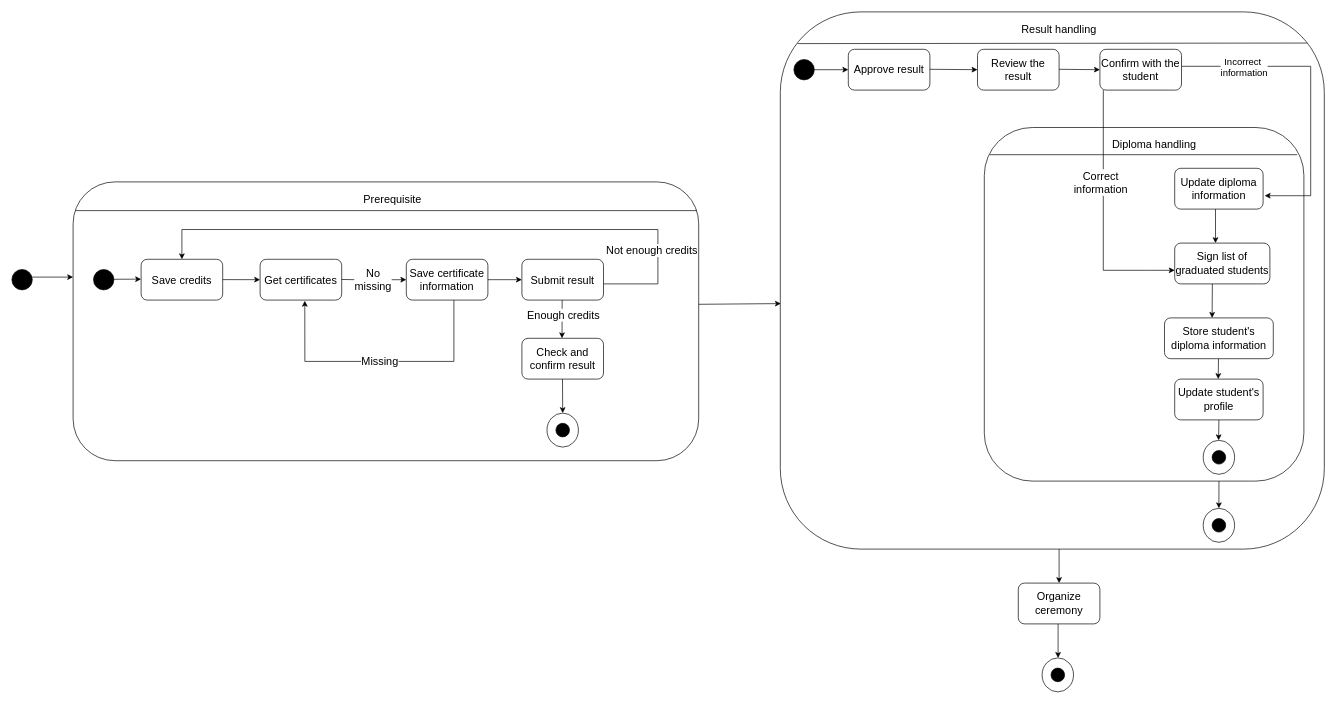
Earlier version of the draw.io diagram Lab 5/Topic 3_Graduation Application.drawio (JavaKhangNguyen/LabOOAD). Source tidied: cells renumbered, new cells numbered last; positions are measured from the earlier drawing's top-left corner, leaving out a move shared by most shapes. Both pictures are drawn from the tidied source at 68%, with x=0, y=0 at pixel (12, 12).
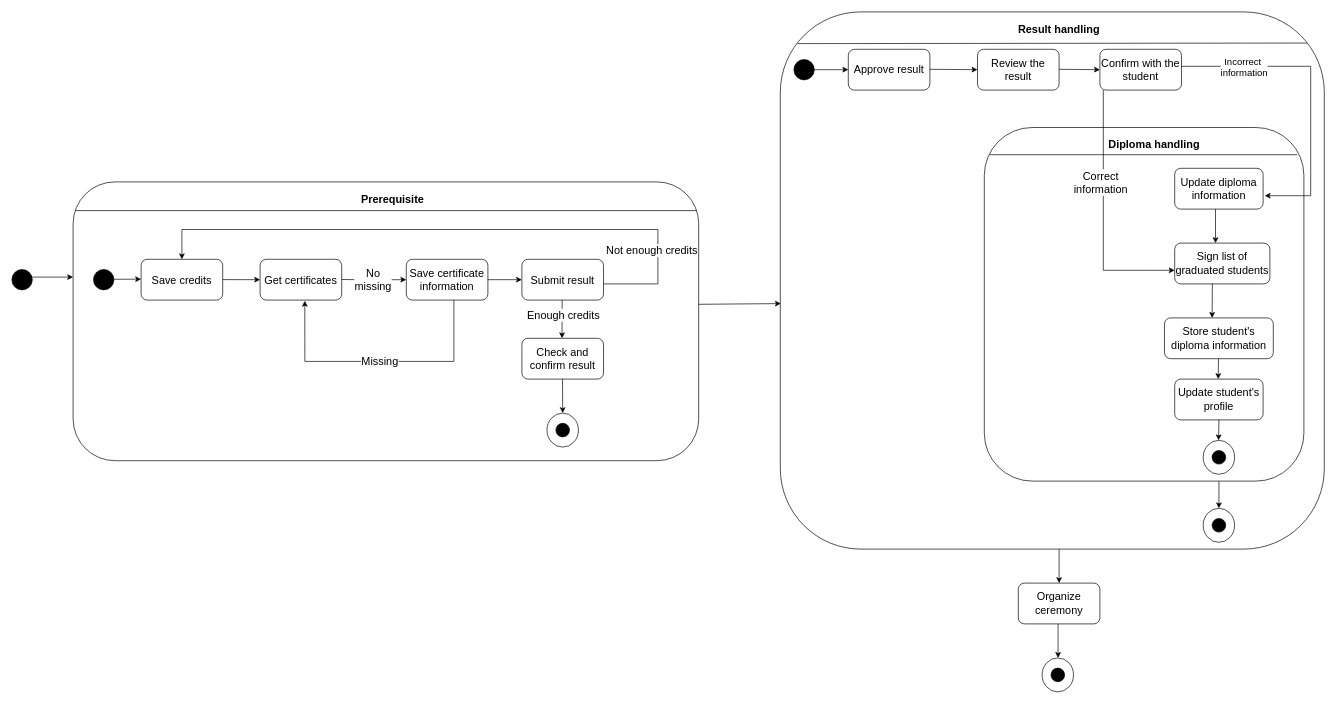
The same page after the edit.

Change to the diagram source:
```diff
@@
-    <mxCell id="4" value="&lt;font style=&quot;font-size: 16px&quot;&gt;Prerequisite&lt;/font&gt;" style="text;html=1;strokeColor=none;fillColor=none;align=center;verticalAlign=middle;whiteSpace=wrap;rounded=0;" parent="1" vertex="1">
+    <mxCell id="4" value="&lt;font style=&quot;font-size: 16px&quot;&gt;&lt;b&gt;Prerequisite&lt;/b&gt;&lt;/font&gt;" style="text;html=1;strokeColor=none;fillColor=none;align=center;verticalAlign=middle;whiteSpace=wrap;rounded=0;" parent="1" vertex="1">
       <mxGeometry x="530" y="260" width="60" height="30" as="geometry" />
     </mxCell>
@@
-    <mxCell id="29" value="&lt;font style=&quot;font-size: 16px&quot;&gt;Result handling&lt;/font&gt;" style="text;html=1;strokeColor=none;fillColor=none;align=center;verticalAlign=middle;whiteSpace=wrap;rounded=0;" parent="1" vertex="1">
+    <mxCell id="29" value="&lt;font style=&quot;font-size: 16px&quot;&gt;&lt;b&gt;Result handling&lt;/b&gt;&lt;/font&gt;" style="text;html=1;strokeColor=none;fillColor=none;align=center;verticalAlign=middle;whiteSpace=wrap;rounded=0;" parent="1" vertex="1">
       <mxGeometry x="1450" y="10" width="180" height="30" as="geometry" />
     </mxCell>
@@
-    <mxCell id="38" value="&lt;font style=&quot;font-size: 16px&quot;&gt;Diploma handling&lt;/font&gt;" style="text;html=1;strokeColor=none;fillColor=none;align=center;verticalAlign=middle;whiteSpace=wrap;rounded=0;" parent="1" vertex="1">
+    <mxCell id="38" value="&lt;font style=&quot;font-size: 16px&quot;&gt;&lt;b&gt;Diploma handling&lt;/b&gt;&lt;/font&gt;" style="text;html=1;strokeColor=none;fillColor=none;align=center;verticalAlign=middle;whiteSpace=wrap;rounded=0;" parent="1" vertex="1">
       <mxGeometry x="1590" y="180" width="180" height="30" as="geometry" />
     </mxCell>
```
